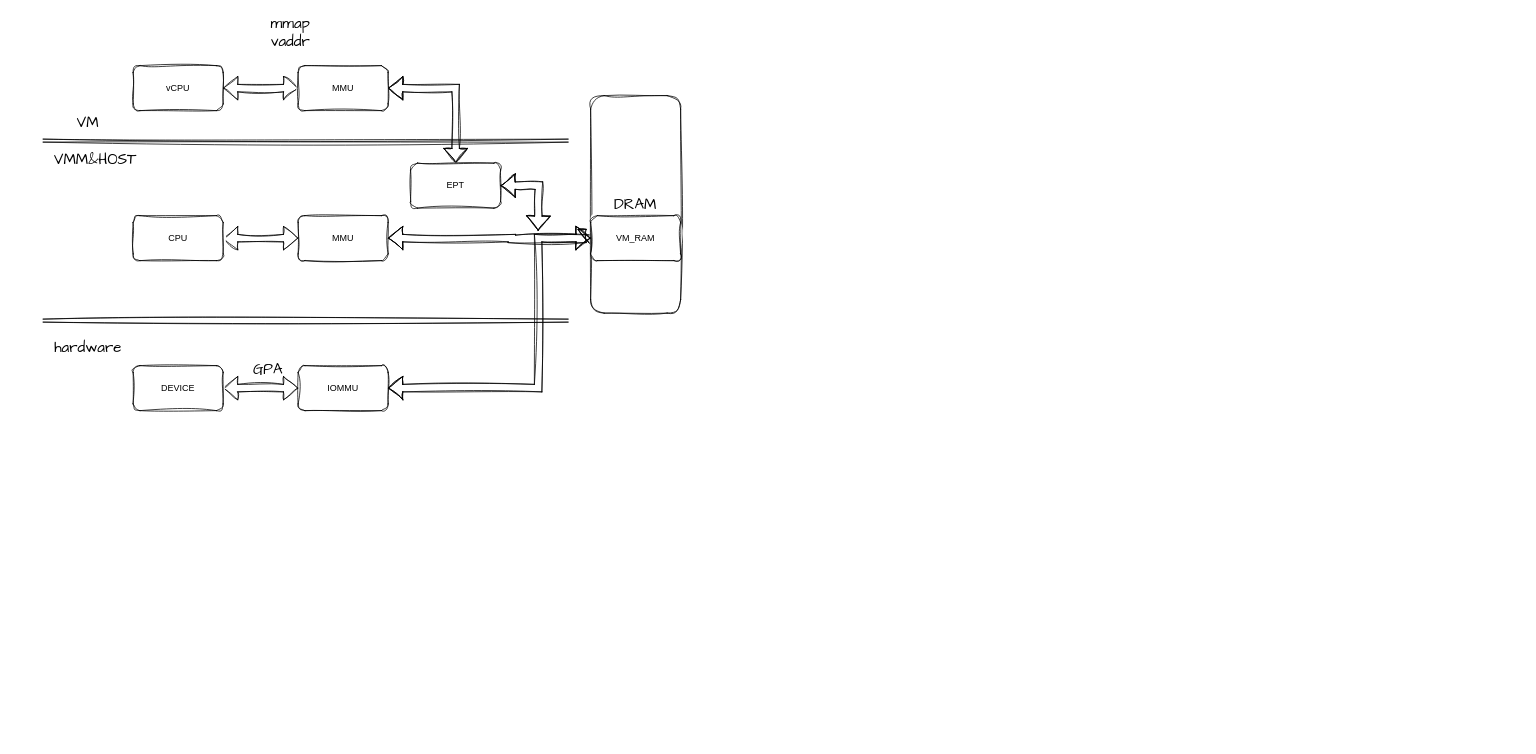
ji92/markdown_picture keeps this draw.io diagram as images/passthrough1.drawio. Above is the earlier version. Source tidied: cells renumbered, new cells numbered last; positions are measured from the earlier drawing's top-left corner, leaving out a move shared by most shapes. Both pictures are drawn from the tidied source at 75%, with x=0, y=0 at pixel (43, 20).
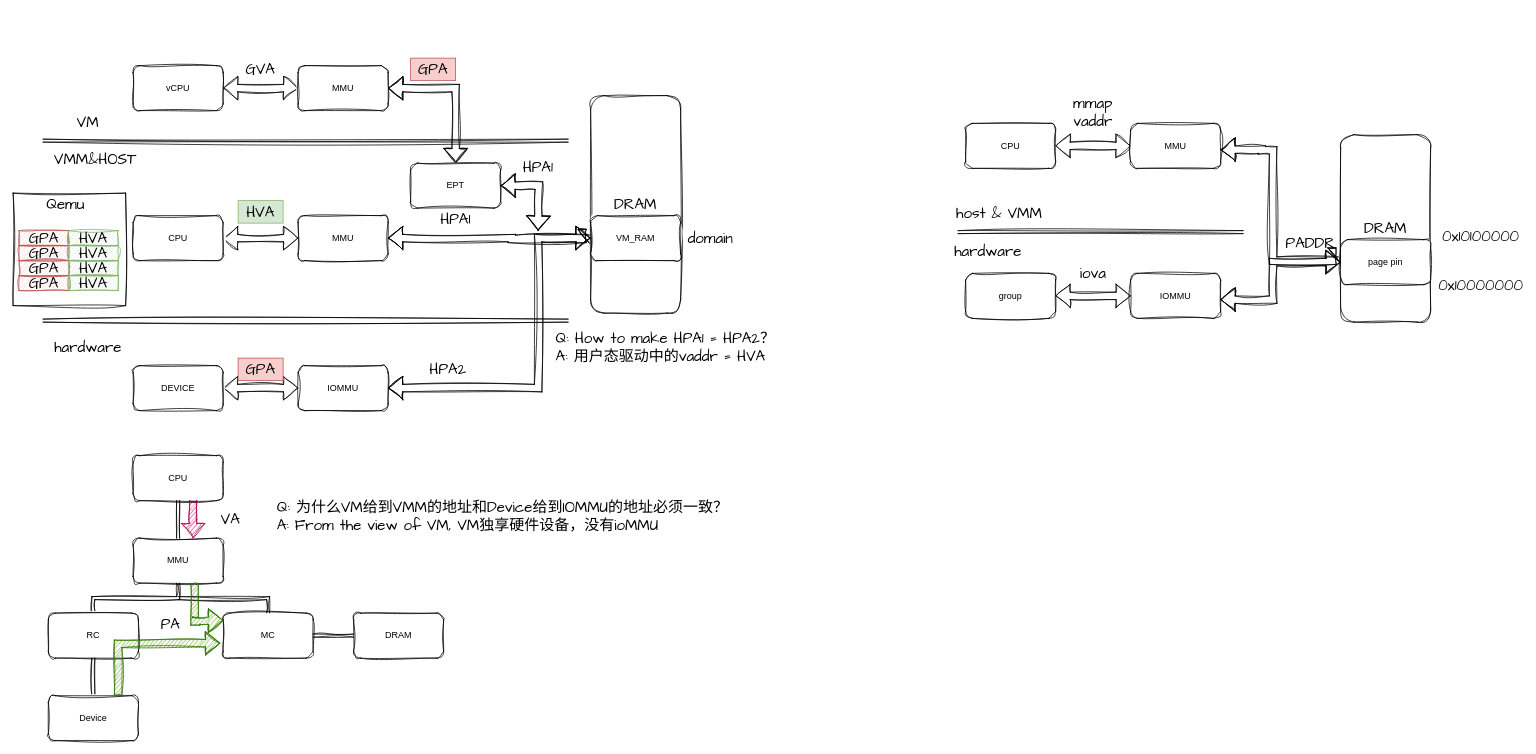
Above is the later version.

Diff of the diagram source:
```diff
@@
-    <mxCell id="12" value="mmap&lt;br&gt;vaddr" style="text;strokeColor=none;align=center;fillColor=none;html=1;verticalAlign=middle;whiteSpace=wrap;rounded=0;fontSize=20;fontFamily=Architects Daughter;" parent="1" vertex="1">
-      <mxGeometry x="300" width="60" height="30" as="geometry" />
-    </mxCell>
-    <mxCell id="13" value="GPA" style="text;strokeColor=none;align=center;fillColor=none;html=1;verticalAlign=middle;whiteSpace=wrap;rounded=0;fontSize=20;fontFamily=Architects Daughter;" parent="1" vertex="1">
-      <mxGeometry x="270" y="450" width="60" height="30" as="geometry" />
+    <mxCell id="13" value="GPA" style="text;strokeColor=#b85450;align=center;fillColor=#f8cecc;html=1;verticalAlign=middle;whiteSpace=wrap;rounded=0;fontSize=20;fontFamily=Architects Daughter;" parent="1" vertex="1">
+      <mxGeometry x="260" y="450" width="60" height="30" as="geometry" />
     </mxCell>
@@
+    <mxCell id="25" value="GVA" style="text;strokeColor=none;align=center;fillColor=none;html=1;verticalAlign=middle;whiteSpace=wrap;rounded=0;fontSize=20;fontFamily=Architects Daughter;" parent="1" vertex="1">
+      <mxGeometry x="260" y="50" width="60" height="30" as="geometry" />
+    </mxCell>
+    <mxCell id="26" value="GPA" style="text;strokeColor=#b85450;align=center;fillColor=#f8cecc;html=1;verticalAlign=middle;whiteSpace=wrap;rounded=0;fontSize=20;fontFamily=Architects Daughter;" parent="1" vertex="1">
+      <mxGeometry x="490" y="50" width="60" height="30" as="geometry" />
+    </mxCell>
+    <mxCell id="27" value="HPA1" style="text;strokeColor=none;align=center;fillColor=none;html=1;verticalAlign=middle;whiteSpace=wrap;rounded=0;fontSize=20;fontFamily=Architects Daughter;" parent="1" vertex="1">
+      <mxGeometry x="630" y="180" width="60" height="30" as="geometry" />
+    </mxCell>
+    <mxCell id="28" value="HVA" style="text;strokeColor=#82b366;align=center;fillColor=#d5e8d4;html=1;verticalAlign=middle;whiteSpace=wrap;rounded=0;fontSize=20;fontFamily=Architects Daughter;" parent="1" vertex="1">
+      <mxGeometry x="260" y="240" width="60" height="30" as="geometry" />
+    </mxCell>
+    <mxCell id="29" value="HPA1" style="text;strokeColor=none;align=center;fillColor=none;html=1;verticalAlign=middle;whiteSpace=wrap;rounded=0;fontSize=20;fontFamily=Architects Daughter;" parent="1" vertex="1">
+      <mxGeometry x="520" y="250" width="60" height="30" as="geometry" />
+    </mxCell>
+    <mxCell id="30" value="domain" style="text;strokeColor=none;align=center;fillColor=none;html=1;verticalAlign=middle;whiteSpace=wrap;rounded=0;fontSize=20;fontFamily=Architects Daughter;" parent="1" vertex="1">
+      <mxGeometry x="860" y="275" width="60" height="30" as="geometry" />
+    </mxCell>
+    <mxCell id="31" value="HPA2" style="text;strokeColor=none;align=center;fillColor=none;html=1;verticalAlign=middle;whiteSpace=wrap;rounded=0;fontSize=20;fontFamily=Architects Daughter;" parent="1" vertex="1">
+      <mxGeometry x="510" y="450" width="60" height="30" as="geometry" />
+    </mxCell>
+    <mxCell id="32" value="Q: How to make HPA1 = HPA2？&lt;br&gt;&lt;div style=&quot;text-align: left;&quot;&gt;&lt;span style=&quot;background-color: initial;&quot;&gt;A: 用户态驱动中的vaddr = HVA&lt;/span&gt;&lt;/div&gt;" style="text;strokeColor=none;align=center;fillColor=none;html=1;verticalAlign=middle;whiteSpace=wrap;rounded=0;fontSize=20;fontFamily=Architects Daughter;" parent="1" vertex="1">
+      <mxGeometry x="680" y="420" width="300" height="30" as="geometry" />
+    </mxCell>
+    <mxCell id="33" style="whiteSpace=wrap;html=1;sketch=1;hachureGap=4;jiggle=2;curveFitting=1;fontFamily=Architects Daughter;fontSize=20;" parent="1" vertex="1">
+      <mxGeometry x="-40" y="230" width="150" height="150" as="geometry" />
+    </mxCell>
+    <mxCell id="34" value="Qemu" style="text;html=1;strokeColor=none;fillColor=none;align=center;verticalAlign=middle;whiteSpace=wrap;rounded=0;fontSize=20;fontFamily=Architects Daughter;" parent="1" vertex="1">
+      <mxGeometry y="230" width="60" height="30" as="geometry" />
+    </mxCell>
+    <mxCell id="35" value="GPA" style="rounded=0;whiteSpace=wrap;html=1;sketch=1;hachureGap=4;jiggle=2;curveFitting=1;fontFamily=Architects Daughter;fontSize=20;fillColor=#f8cecc;strokeColor=#b85450;" parent="1" vertex="1">
+      <mxGeometry x="-32" y="280" width="66" height="20" as="geometry" />
+    </mxCell>
+    <mxCell id="36" value="HVA" style="rounded=0;whiteSpace=wrap;html=1;sketch=1;hachureGap=4;jiggle=2;curveFitting=1;fontFamily=Architects Daughter;fontSize=20;fillColor=#d5e8d4;strokeColor=#82b366;" parent="1" vertex="1">
+      <mxGeometry x="34" y="280" width="66" height="20" as="geometry" />
+    </mxCell>
+    <mxCell id="37" value="GPA" style="rounded=0;whiteSpace=wrap;html=1;sketch=1;hachureGap=4;jiggle=2;curveFitting=1;fontFamily=Architects Daughter;fontSize=20;fillColor=#f8cecc;strokeColor=#b85450;" parent="1" vertex="1">
+      <mxGeometry x="-32" y="300" width="66" height="20" as="geometry" />
+    </mxCell>
+    <mxCell id="38" value="HVA" style="rounded=0;whiteSpace=wrap;html=1;sketch=1;hachureGap=4;jiggle=2;curveFitting=1;fontFamily=Architects Daughter;fontSize=20;fillColor=#d5e8d4;strokeColor=#82b366;" parent="1" vertex="1">
+      <mxGeometry x="34" y="300" width="66" height="20" as="geometry" />
+    </mxCell>
+    <mxCell id="39" value="GPA" style="rounded=0;whiteSpace=wrap;html=1;sketch=1;hachureGap=4;jiggle=2;curveFitting=1;fontFamily=Architects Daughter;fontSize=20;fillColor=#f8cecc;strokeColor=#b85450;" parent="1" vertex="1">
+      <mxGeometry x="-32" y="320" width="66" height="20" as="geometry" />
+    </mxCell>
+    <mxCell id="40" value="HVA" style="rounded=0;whiteSpace=wrap;html=1;sketch=1;hachureGap=4;jiggle=2;curveFitting=1;fontFamily=Architects Daughter;fontSize=20;fillColor=#d5e8d4;strokeColor=#82b366;" parent="1" vertex="1">
+      <mxGeometry x="34" y="320" width="66" height="20" as="geometry" />
+    </mxCell>
+    <mxCell id="41" value="GPA" style="rounded=0;whiteSpace=wrap;html=1;sketch=1;hachureGap=4;jiggle=2;curveFitting=1;fontFamily=Architects Daughter;fontSize=20;fillColor=#f8cecc;strokeColor=#b85450;" parent="1" vertex="1">
+      <mxGeometry x="-32" y="340" width="66" height="20" as="geometry" />
+    </mxCell>
+    <mxCell id="42" value="HVA" style="rounded=0;whiteSpace=wrap;html=1;sketch=1;hachureGap=4;jiggle=2;curveFitting=1;fontFamily=Architects Daughter;fontSize=20;fillColor=#d5e8d4;strokeColor=#82b366;" parent="1" vertex="1">
+      <mxGeometry x="34" y="340" width="66" height="20" as="geometry" />
+    </mxCell>
+    <mxCell id="43" value="CPU" style="rounded=1;whiteSpace=wrap;html=1;labelBackgroundColor=none;sketch=1;curveFitting=1;jiggle=2;" parent="1" vertex="1">
+      <mxGeometry x="120" y="580" width="120" height="60" as="geometry" />
+    </mxCell>
+    <mxCell id="44" style="edgeStyle=orthogonalEdgeStyle;rounded=0;sketch=1;hachureGap=4;jiggle=2;curveFitting=1;jettySize=auto;html=1;exitX=0.5;exitY=1;exitDx=0;exitDy=0;fontFamily=Architects Daughter;fontSize=16;startArrow=none;startFill=0;shape=link;" parent="1" edge="1" source="45" target="47">
+      <mxGeometry relative="1" as="geometry" />
+    </mxCell>
+    <mxCell id="45" value="MMU" style="rounded=1;whiteSpace=wrap;html=1;labelBackgroundColor=none;sketch=1;curveFitting=1;jiggle=2;" parent="1" vertex="1">
+      <mxGeometry x="120" y="690" width="120" height="60" as="geometry" />
+    </mxCell>
+    <mxCell id="46" style="edgeStyle=orthogonalEdgeStyle;rounded=0;sketch=1;hachureGap=4;jiggle=2;curveFitting=1;jettySize=auto;html=1;exitX=0.5;exitY=1;exitDx=0;exitDy=0;entryX=0.5;entryY=0;entryDx=0;entryDy=0;fontFamily=Architects Daughter;fontSize=16;startArrow=none;startFill=0;shape=link;" parent="1" edge="1" source="47" target="51">
+      <mxGeometry relative="1" as="geometry" />
+    </mxCell>
+    <mxCell id="47" value="RC" style="rounded=1;whiteSpace=wrap;html=1;labelBackgroundColor=none;sketch=1;curveFitting=1;jiggle=2;" parent="1" vertex="1">
+      <mxGeometry x="7" y="790" width="120" height="60" as="geometry" />
+    </mxCell>
+    <mxCell id="48" style="edgeStyle=orthogonalEdgeStyle;rounded=0;sketch=1;hachureGap=4;jiggle=2;curveFitting=1;jettySize=auto;html=1;exitX=1;exitY=0.5;exitDx=0;exitDy=0;entryX=0;entryY=0.5;entryDx=0;entryDy=0;fontFamily=Architects Daughter;fontSize=16;startArrow=none;startFill=0;endArrow=none;endFill=0;shape=link;" parent="1" edge="1" source="50" target="52">
+      <mxGeometry relative="1" as="geometry" />
+    </mxCell>
+    <mxCell id="49" style="edgeStyle=orthogonalEdgeStyle;rounded=0;sketch=1;hachureGap=4;jiggle=2;curveFitting=1;jettySize=auto;html=1;exitX=0.5;exitY=0;exitDx=0;exitDy=0;fontFamily=Architects Daughter;fontSize=16;startArrow=none;startFill=0;shape=link;" parent="1" edge="1" source="50">
+      <mxGeometry relative="1" as="geometry">
+        <mxPoint x="180" y="770" as="targetPoint" />
+        <Array as="points">
+          <mxPoint x="300" y="770" />
+        </Array>
+      </mxGeometry>
+    </mxCell>
+    <mxCell id="50" value="MC" style="rounded=1;whiteSpace=wrap;html=1;labelBackgroundColor=none;sketch=1;curveFitting=1;jiggle=2;" parent="1" vertex="1">
+      <mxGeometry x="240" y="790" width="120" height="60" as="geometry" />
+    </mxCell>
+    <mxCell id="51" value="Device" style="rounded=1;whiteSpace=wrap;html=1;labelBackgroundColor=none;sketch=1;curveFitting=1;jiggle=2;" parent="1" vertex="1">
+      <mxGeometry x="7" y="900" width="120" height="60" as="geometry" />
+    </mxCell>
+    <mxCell id="52" value="DRAM" style="rounded=1;whiteSpace=wrap;html=1;labelBackgroundColor=none;sketch=1;curveFitting=1;jiggle=2;" parent="1" vertex="1">
+      <mxGeometry x="414" y="790" width="120" height="60" as="geometry" />
+    </mxCell>
+    <mxCell id="53" style="endArrow=classic;html=1;rounded=0;sketch=1;hachureGap=4;jiggle=2;curveFitting=1;fontFamily=Architects Daughter;fontSize=16;entryX=0.5;entryY=0;entryDx=0;entryDy=0;exitX=0.5;exitY=1;exitDx=0;exitDy=0;startArrow=none;startFill=0;shape=link;" parent="1" edge="1" source="43" target="45">
+      <mxGeometry relative="1" as="geometry" />
+    </mxCell>
+    <mxCell id="54" style="edgeStyle=segmentEdgeStyle;endArrow=classic;html=1;curved=0;rounded=0;sketch=1;hachureGap=4;jiggle=2;curveFitting=1;fontFamily=Architects Daughter;fontSize=16;shape=flexArrow;fillColor=#60a917;strokeColor=#2D7600;" parent="1" edge="1">
+      <mxGeometry relative="1" as="geometry">
+        <mxPoint x="100" y="900" as="sourcePoint" />
+        <mxPoint x="236" y="830" as="targetPoint" />
+        <Array as="points">
+          <mxPoint x="100" y="831" />
+        </Array>
+      </mxGeometry>
+    </mxCell>
+    <mxCell id="55" style="edgeStyle=segmentEdgeStyle;endArrow=classic;html=1;curved=0;rounded=0;sketch=1;hachureGap=4;jiggle=2;curveFitting=1;fontFamily=Architects Daughter;fontSize=16;shape=flexArrow;fillColor=#60a917;strokeColor=#2D7600;" parent="1" edge="1">
+      <mxGeometry relative="1" as="geometry">
+        <mxPoint x="202" y="750" as="sourcePoint" />
+        <mxPoint x="240" y="800" as="targetPoint" />
+        <Array as="points">
+          <mxPoint x="204" y="801" />
+        </Array>
+      </mxGeometry>
+    </mxCell>
+    <mxCell id="56" style="shape=flexArrow;endArrow=classic;html=1;rounded=0;sketch=1;hachureGap=4;jiggle=2;curveFitting=1;fontFamily=Architects Daughter;fontSize=16;fillColor=#d80073;strokeColor=#A50040;" parent="1" edge="1">
+      <mxGeometry relative="1" as="geometry">
+        <mxPoint x="200" y="640" as="sourcePoint" />
+        <mxPoint x="200" y="690" as="targetPoint" />
+      </mxGeometry>
+    </mxCell>
+    <mxCell id="57" value="VA" style="text;strokeColor=none;align=center;fillColor=none;html=1;verticalAlign=middle;whiteSpace=wrap;rounded=0;fontSize=20;fontFamily=Architects Daughter;" parent="1" vertex="1">
+      <mxGeometry x="220" y="650" width="60" height="30" as="geometry" />
+    </mxCell>
+    <mxCell id="58" value="PA" style="text;strokeColor=none;align=center;fillColor=none;html=1;verticalAlign=middle;whiteSpace=wrap;rounded=0;fontSize=20;fontFamily=Architects Daughter;" parent="1" vertex="1">
+      <mxGeometry x="140" y="790" width="60" height="30" as="geometry" />
+    </mxCell>
+    <mxCell id="59" value="Q: 为什么VM给到VMM的地址和Device给到IOMMU的地址必须一致？&lt;br&gt;A: From the view of VM,&amp;nbsp;&lt;span style=&quot;text-align: center;&quot;&gt;VM独享硬件设备，没有ioMMU&lt;/span&gt;" style="text;align=left;html=1;verticalAlign=middle;whiteSpace=wrap;rounded=0;fontSize=20;fontFamily=Architects Daughter;" parent="1" vertex="1">
+      <mxGeometry x="310" y="610" width="630" height="100" as="geometry" />
+    </mxCell>
+    <mxCell id="60" style="edgeStyle=orthogonalEdgeStyle;rounded=1;jettySize=auto;html=1;labelBackgroundColor=none;fontColor=default;sketch=1;curveFitting=1;jiggle=2;shape=flexArrow;startArrow=block;" parent="1" edge="1" source="61" target="63">
+      <mxGeometry relative="1" as="geometry" />
+    </mxCell>
+    <mxCell id="61" value="CPU" style="rounded=1;whiteSpace=wrap;html=1;labelBackgroundColor=none;sketch=1;curveFitting=1;jiggle=2;" parent="1" vertex="1">
+      <mxGeometry x="1230" y="137" width="120" height="60" as="geometry" />
+    </mxCell>
+    <mxCell id="62" style="edgeStyle=orthogonalEdgeStyle;rounded=0;sketch=1;hachureGap=4;jiggle=2;curveFitting=1;jettySize=auto;html=1;fontFamily=Architects Daughter;fontSize=16;shape=flexArrow;startArrow=block;entryX=-0.008;entryY=0.682;entryDx=0;entryDy=0;entryPerimeter=0;" parent="1" edge="1" source="63" target="64">
+      <mxGeometry relative="1" as="geometry">
+        <Array as="points">
+          <mxPoint x="1625" y="172" />
+          <mxPoint x="1625" y="173" />
+          <mxPoint x="1640" y="173" />
+          <mxPoint x="1640" y="320" />
+          <mxPoint x="1729" y="320" />
+        </Array>
+      </mxGeometry>
+    </mxCell>
+    <mxCell id="63" value="MMU" style="rounded=1;whiteSpace=wrap;html=1;labelBackgroundColor=none;sketch=1;curveFitting=1;jiggle=2;" parent="1" vertex="1">
+      <mxGeometry x="1450" y="137" width="120" height="60" as="geometry" />
+    </mxCell>
+    <mxCell id="64" value="DRAM" style="rounded=1;whiteSpace=wrap;html=1;labelBackgroundColor=none;sketch=1;curveFitting=1;jiggle=2;hachureGap=4;fontFamily=Architects Daughter;fontSize=20;" parent="1" vertex="1">
+      <mxGeometry x="1730" y="152" width="120" height="250" as="geometry" />
+    </mxCell>
+    <mxCell id="65" style="edgeStyle=orthogonalEdgeStyle;rounded=0;sketch=1;hachureGap=4;jiggle=2;curveFitting=1;jettySize=auto;html=1;fontFamily=Architects Daughter;fontSize=16;shape=flexArrow;startArrow=block;entryX=0;entryY=0.5;entryDx=0;entryDy=0;" parent="1" edge="1" source="66" target="69">
+      <mxGeometry relative="1" as="geometry">
+        <Array as="points">
+          <mxPoint x="1640" y="372" />
+          <mxPoint x="1640" y="322" />
+        </Array>
+      </mxGeometry>
+    </mxCell>
+    <mxCell id="66" value="IOMMU" style="rounded=1;whiteSpace=wrap;html=1;labelBackgroundColor=none;sketch=1;curveFitting=1;jiggle=2;" parent="1" vertex="1">
+      <mxGeometry x="1450" y="337" width="120" height="60" as="geometry" />
+    </mxCell>
+    <mxCell id="67" style="edgeStyle=orthogonalEdgeStyle;rounded=0;sketch=1;hachureGap=4;jiggle=2;curveFitting=1;jettySize=auto;html=1;fontFamily=Architects Daughter;fontSize=16;shape=flexArrow;startArrow=block;" parent="1" edge="1" source="68" target="66">
+      <mxGeometry relative="1" as="geometry" />
+    </mxCell>
+    <mxCell id="68" value="group" style="rounded=1;whiteSpace=wrap;html=1;labelBackgroundColor=none;sketch=1;curveFitting=1;jiggle=2;" parent="1" vertex="1">
+      <mxGeometry x="1230" y="337" width="120" height="60" as="geometry" />
+    </mxCell>
+    <mxCell id="69" value="page pin" style="rounded=1;whiteSpace=wrap;html=1;labelBackgroundColor=none;sketch=1;curveFitting=1;jiggle=2;" parent="1" vertex="1">
+      <mxGeometry x="1730" y="292" width="120" height="60" as="geometry" />
+    </mxCell>
+    <mxCell id="70" value="iova" style="text;strokeColor=none;align=center;fillColor=none;html=1;verticalAlign=middle;whiteSpace=wrap;rounded=0;fontSize=20;fontFamily=Architects Daughter;" parent="1" vertex="1">
+      <mxGeometry x="1370" y="322" width="60" height="30" as="geometry" />
+    </mxCell>
+    <mxCell id="12" value="mmap&lt;br&gt;vaddr" style="text;strokeColor=none;align=center;fillColor=none;html=1;verticalAlign=middle;whiteSpace=wrap;rounded=0;fontSize=20;fontFamily=Architects Daughter;" parent="1" vertex="1">
+      <mxGeometry x="1370" y="107" width="60" height="30" as="geometry" />
+    </mxCell>
+    <mxCell id="71" value="PADDR" style="text;strokeColor=none;align=center;fillColor=none;html=1;verticalAlign=middle;whiteSpace=wrap;rounded=0;fontSize=20;fontFamily=Architects Daughter;" parent="1" vertex="1">
+      <mxGeometry x="1660" y="282" width="60" height="30" as="geometry" />
+    </mxCell>
+    <mxCell id="72" style="edgeStyle=orthogonalEdgeStyle;rounded=0;sketch=1;hachureGap=4;jiggle=2;curveFitting=1;orthogonalLoop=1;jettySize=auto;html=1;exitX=0.5;exitY=1;exitDx=0;exitDy=0;fontFamily=Architects Daughter;fontSize=16;" parent="1" edge="1" source="64" target="64">
+      <mxGeometry relative="1" as="geometry" />
+    </mxCell>
+    <mxCell id="73" style="edgeStyle=none;orthogonalLoop=1;jettySize=auto;html=1;endArrow=classic;startArrow=classic;rounded=0;sketch=1;hachureGap=4;jiggle=2;curveFitting=1;fontFamily=Architects Daughter;fontSize=16;shape=link;" parent="1" edge="1">
+      <mxGeometry relative="1" as="geometry">
+        <mxPoint x="1220" y="282" as="sourcePoint" />
+        <mxPoint x="1600" y="282" as="targetPoint" />
+      </mxGeometry>
+    </mxCell>
+    <mxCell id="74" value="hardware" style="text;strokeColor=none;align=center;fillColor=none;html=1;verticalAlign=middle;whiteSpace=wrap;rounded=0;fontSize=20;fontFamily=Architects Daughter;" parent="1" vertex="1">
+      <mxGeometry x="1230" y="292" width="60" height="30" as="geometry" />
+    </mxCell>
+    <mxCell id="75" value="host &amp;amp; VMM" style="text;strokeColor=none;align=center;fillColor=none;html=1;verticalAlign=middle;whiteSpace=wrap;rounded=0;fontSize=20;fontFamily=Architects Daughter;" parent="1" vertex="1">
+      <mxGeometry x="1210" y="242" width="130" height="30" as="geometry" />
+    </mxCell>
+    <mxCell id="76" value="0x10100000" style="text;strokeColor=none;align=center;fillColor=none;html=1;verticalAlign=middle;whiteSpace=wrap;rounded=0;fontSize=20;fontFamily=Architects Daughter;" parent="1" vertex="1">
+      <mxGeometry x="1887" y="272" width="60" height="30" as="geometry" />
+    </mxCell>
+    <mxCell id="77" value="0x10000000" style="text;strokeColor=none;align=center;fillColor=none;html=1;verticalAlign=middle;whiteSpace=wrap;rounded=0;fontSize=20;fontFamily=Architects Daughter;" parent="1" vertex="1">
+      <mxGeometry x="1887" y="337" width="60" height="30" as="geometry" />
+    </mxCell>
```
